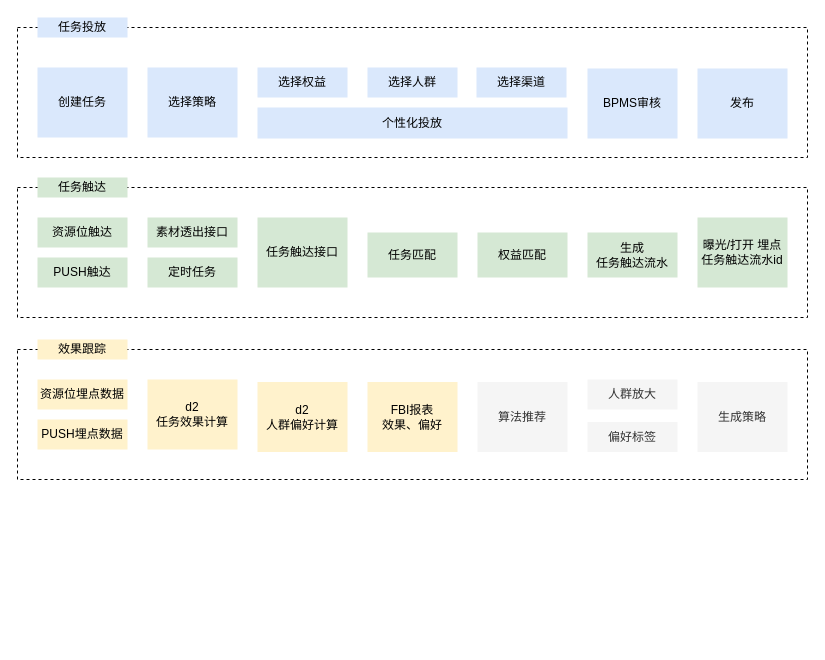
renqiuming/drawio keeps this draw.io diagram as page "应用架构" (1 of 2) of 会员成长平台.drawio. Above is the earlier version. Source tidied: cells renumbered, new cells numbered last; positions are measured from the earlier drawing's top-left corner, leaving out a move shared by most shapes. Both pictures are drawn from the tidied source at 100%, with x=0, y=0 at pixel (17, 17).
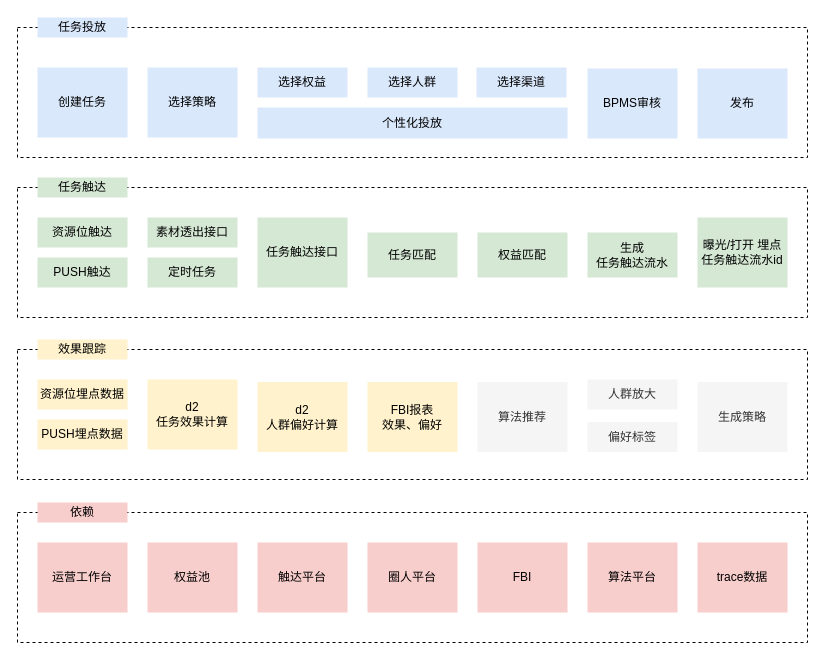
The same page after the edit.

Commit message:
已添加 会员成长平台.drawio

Diff of the diagram source:
```diff
@@
+    <mxCell id="34" style="rounded=0;whiteSpace=wrap;html=1;dashed=1;" parent="1" vertex="1">
+      <mxGeometry y="495" width="790" height="130" as="geometry" />
+    </mxCell>
+    <mxCell id="35" value="依赖" style="rounded=0;whiteSpace=wrap;html=1;fillColor=#f8cecc;strokeColor=none;" parent="1" vertex="1">
+      <mxGeometry x="20" y="485" width="90" height="20" as="geometry" />
+    </mxCell>
+    <mxCell id="36" value="触达平台" style="rounded=0;whiteSpace=wrap;html=1;fillColor=#f8cecc;strokeColor=none;" parent="1" vertex="1">
+      <mxGeometry x="240" y="525" width="90" height="70" as="geometry" />
+    </mxCell>
+    <mxCell id="37" value="圈人平台" style="rounded=0;whiteSpace=wrap;html=1;fillColor=#f8cecc;strokeColor=none;" parent="1" vertex="1">
+      <mxGeometry x="350" y="525" width="90" height="70" as="geometry" />
+    </mxCell>
+    <mxCell id="38" value="FBI" style="rounded=0;whiteSpace=wrap;html=1;fillColor=#f8cecc;strokeColor=none;" parent="1" vertex="1">
+      <mxGeometry x="460" y="525" width="90" height="70" as="geometry" />
+    </mxCell>
+    <mxCell id="39" value="权益池" style="rounded=0;whiteSpace=wrap;html=1;fillColor=#f8cecc;strokeColor=none;" parent="1" vertex="1">
+      <mxGeometry x="130" y="525" width="90" height="70" as="geometry" />
+    </mxCell>
+    <mxCell id="40" value="算法平台" style="rounded=0;whiteSpace=wrap;html=1;fillColor=#f8cecc;strokeColor=none;" parent="1" vertex="1">
+      <mxGeometry x="570" y="525" width="90" height="70" as="geometry" />
+    </mxCell>
+    <mxCell id="41" value="运营工作台" style="rounded=0;whiteSpace=wrap;html=1;fillColor=#f8cecc;strokeColor=none;" parent="1" vertex="1">
+      <mxGeometry x="20" y="525" width="90" height="70" as="geometry" />
+    </mxCell>
+    <mxCell id="42" value="trace数据" style="rounded=0;whiteSpace=wrap;html=1;fillColor=#f8cecc;strokeColor=none;" parent="1" vertex="1">
+      <mxGeometry x="680" y="525" width="90" height="70" as="geometry" />
+    </mxCell>
```
